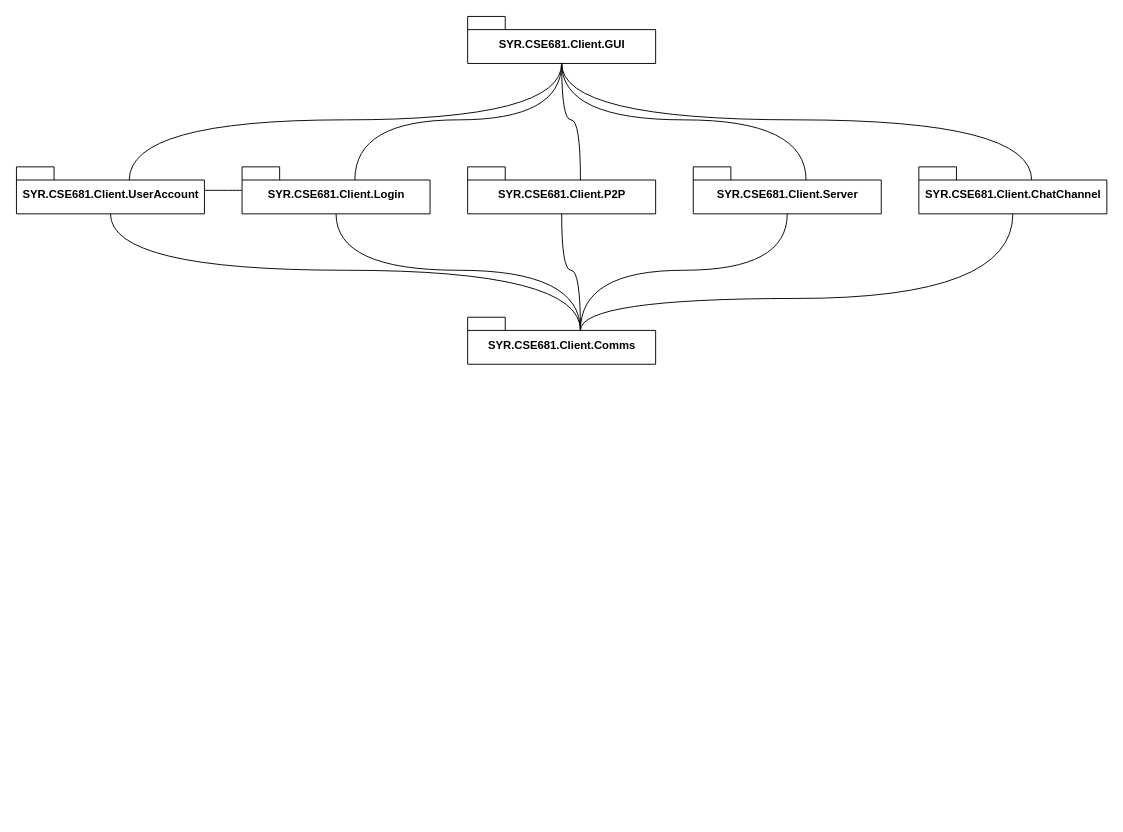
Earlier version of the draw.io diagram Project3/PackageConnections.drawio (PatrickMcDougle/CSE681). Source tidied: cells renumbered, new cells numbered last; positions are measured from the earlier drawing's top-left corner, leaving out a move shared by most shapes. Both pictures are drawn from the tidied source at 94%, with x=0, y=0 at pixel (16, 16).
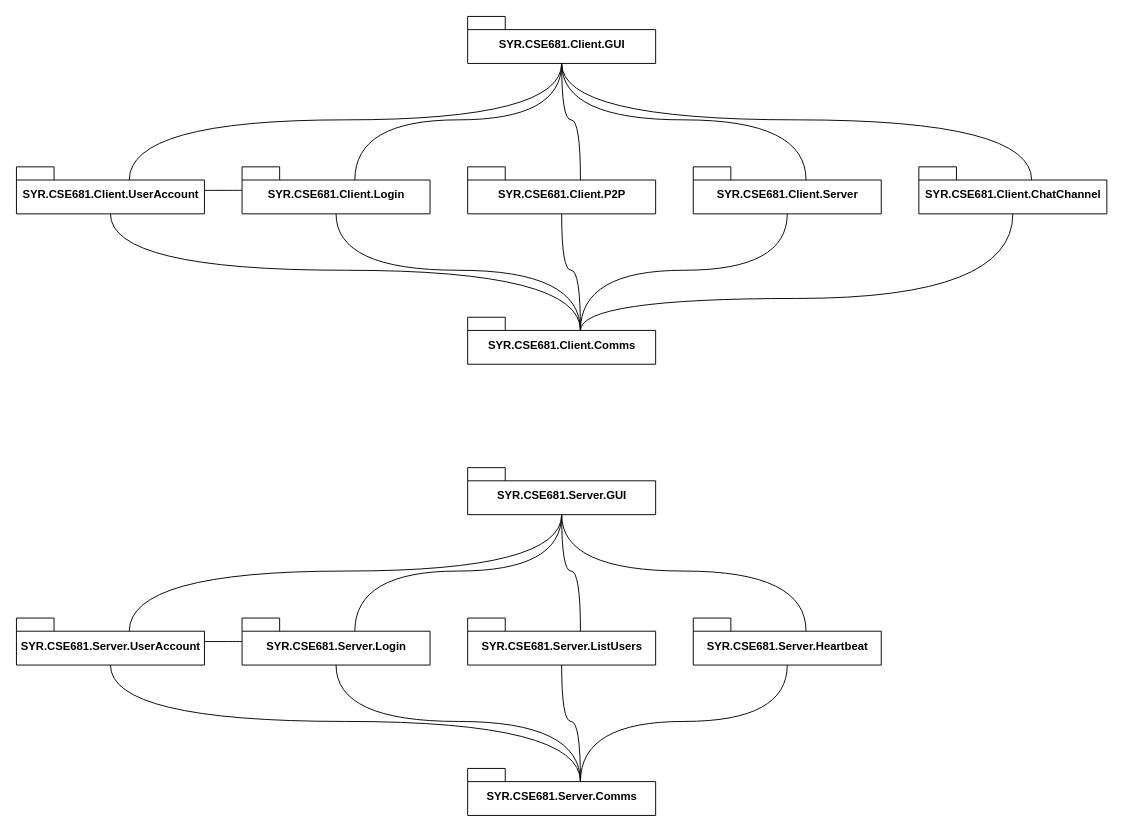
After the change.

Diff of the diagram source:
```diff
@@
+    <mxCell id="20" value="SYR.CSE681.Server.GUI" style="shape=folder;fontStyle=1;spacingTop=10;tabWidth=40;tabHeight=14;tabPosition=left;html=1;" parent="1" vertex="1">
+      <mxGeometry x="480" y="480" width="200" height="50" as="geometry" />
+    </mxCell>
+    <mxCell id="21" value="SYR.CSE681.Server.UserAccount" style="shape=folder;fontStyle=1;spacingTop=10;tabWidth=40;tabHeight=14;tabPosition=left;html=1;" parent="1" vertex="1">
+      <mxGeometry y="640" width="200" height="50" as="geometry" />
+    </mxCell>
+    <mxCell id="22" value="SYR.CSE681.Server.Login" style="shape=folder;fontStyle=1;spacingTop=10;tabWidth=40;tabHeight=14;tabPosition=left;html=1;" parent="1" vertex="1">
+      <mxGeometry x="240" y="640" width="200" height="50" as="geometry" />
+    </mxCell>
+    <mxCell id="23" value="SYR.CSE681.Server.Heartbeat" style="shape=folder;fontStyle=1;spacingTop=10;tabWidth=40;tabHeight=14;tabPosition=left;html=1;" parent="1" vertex="1">
+      <mxGeometry x="720" y="640" width="200" height="50" as="geometry" />
+    </mxCell>
+    <mxCell id="24" style="endArrow=none;html=1;rounded=0;edgeStyle=orthogonalEdgeStyle;strokeWidth=1;curved=1;exitX=0;exitY=0;exitDx=120;exitDy=14;exitPerimeter=0;entryX=0.5;entryY=1;entryDx=0;entryDy=0;entryPerimeter=0;" parent="1" edge="1" source="21" target="20">
+      <mxGeometry relative="1" as="geometry">
+        <Array as="points">
+          <mxPoint x="120" y="590" />
+          <mxPoint x="580" y="590" />
+        </Array>
+      </mxGeometry>
+    </mxCell>
+    <mxCell id="25" style="endArrow=none;html=1;rounded=0;edgeStyle=orthogonalEdgeStyle;strokeWidth=1;curved=1;exitX=0;exitY=0;exitDx=120;exitDy=14;exitPerimeter=0;entryX=0.5;entryY=1;entryDx=0;entryDy=0;entryPerimeter=0;" parent="1" edge="1" source="22" target="20">
+      <mxGeometry relative="1" as="geometry">
+        <Array as="points">
+          <mxPoint x="360" y="590" />
+          <mxPoint x="580" y="590" />
+        </Array>
+      </mxGeometry>
+    </mxCell>
+    <mxCell id="26" style="endArrow=none;html=1;rounded=0;edgeStyle=orthogonalEdgeStyle;strokeWidth=1;curved=1;exitX=0;exitY=0;exitDx=120;exitDy=14;exitPerimeter=0;entryX=0.5;entryY=1;entryDx=0;entryDy=0;entryPerimeter=0;" parent="1" edge="1" source="23" target="20">
+      <mxGeometry relative="1" as="geometry">
+        <Array as="points">
+          <mxPoint x="840" y="590" />
+          <mxPoint x="580" y="590" />
+        </Array>
+      </mxGeometry>
+    </mxCell>
+    <mxCell id="27" style="endArrow=none;html=1;rounded=0;edgeStyle=orthogonalEdgeStyle;strokeWidth=1;curved=1;" parent="1" edge="1" source="22" target="21">
+      <mxGeometry relative="1" as="geometry">
+        <Array as="points">
+          <mxPoint x="240" y="670" />
+          <mxPoint x="240" y="670" />
+        </Array>
+      </mxGeometry>
+    </mxCell>
+    <mxCell id="28" value="SYR.CSE681.Server.ListUsers" style="shape=folder;fontStyle=1;spacingTop=10;tabWidth=40;tabHeight=14;tabPosition=left;html=1;" parent="1" vertex="1">
+      <mxGeometry x="480" y="640" width="200" height="50" as="geometry" />
+    </mxCell>
+    <mxCell id="29" value="SYR.CSE681.Server.Comms" style="shape=folder;fontStyle=1;spacingTop=10;tabWidth=40;tabHeight=14;tabPosition=left;html=1;" parent="1" vertex="1">
+      <mxGeometry x="480" y="800" width="200" height="50" as="geometry" />
+    </mxCell>
+    <mxCell id="30" style="endArrow=none;html=1;rounded=0;edgeStyle=orthogonalEdgeStyle;strokeWidth=1;curved=1;exitX=0;exitY=0;exitDx=120;exitDy=14;exitPerimeter=0;entryX=0.5;entryY=1;entryDx=0;entryDy=0;entryPerimeter=0;" parent="1" edge="1" source="28" target="20">
+      <mxGeometry relative="1" as="geometry">
+        <Array as="points">
+          <mxPoint x="600" y="590" />
+          <mxPoint x="580" y="590" />
+        </Array>
+      </mxGeometry>
+    </mxCell>
+    <mxCell id="31" style="endArrow=none;html=1;rounded=0;edgeStyle=orthogonalEdgeStyle;strokeWidth=1;curved=1;exitX=0;exitY=0;exitDx=120;exitDy=14;exitPerimeter=0;entryX=0.5;entryY=1;entryDx=0;entryDy=0;entryPerimeter=0;" parent="1" edge="1" source="29" target="21">
+      <mxGeometry relative="1" as="geometry">
+        <Array as="points">
+          <mxPoint x="600" y="750" />
+          <mxPoint x="100" y="750" />
+        </Array>
+      </mxGeometry>
+    </mxCell>
+    <mxCell id="32" style="endArrow=none;html=1;rounded=0;edgeStyle=orthogonalEdgeStyle;strokeWidth=1;curved=1;exitX=0;exitY=0;exitDx=120;exitDy=14;exitPerimeter=0;entryX=0.5;entryY=1;entryDx=0;entryDy=0;entryPerimeter=0;" parent="1" edge="1" source="29" target="22">
+      <mxGeometry relative="1" as="geometry">
+        <Array as="points">
+          <mxPoint x="600" y="750" />
+          <mxPoint x="340" y="750" />
+        </Array>
+      </mxGeometry>
+    </mxCell>
+    <mxCell id="33" style="endArrow=none;html=1;rounded=0;edgeStyle=orthogonalEdgeStyle;strokeWidth=1;curved=1;exitX=0;exitY=0;exitDx=120;exitDy=14;exitPerimeter=0;entryX=0.5;entryY=1;entryDx=0;entryDy=0;entryPerimeter=0;" parent="1" edge="1" source="29" target="28">
+      <mxGeometry relative="1" as="geometry">
+        <Array as="points">
+          <mxPoint x="600" y="750" />
+          <mxPoint x="580" y="750" />
+        </Array>
+      </mxGeometry>
+    </mxCell>
+    <mxCell id="34" style="endArrow=none;html=1;rounded=0;edgeStyle=orthogonalEdgeStyle;strokeWidth=1;curved=1;exitX=0;exitY=0;exitDx=120;exitDy=14;exitPerimeter=0;entryX=0.5;entryY=1;entryDx=0;entryDy=0;entryPerimeter=0;" parent="1" edge="1" source="29" target="23">
+      <mxGeometry relative="1" as="geometry">
+        <Array as="points">
+          <mxPoint x="600" y="750" />
+          <mxPoint x="820" y="750" />
+        </Array>
+      </mxGeometry>
+    </mxCell>
```
